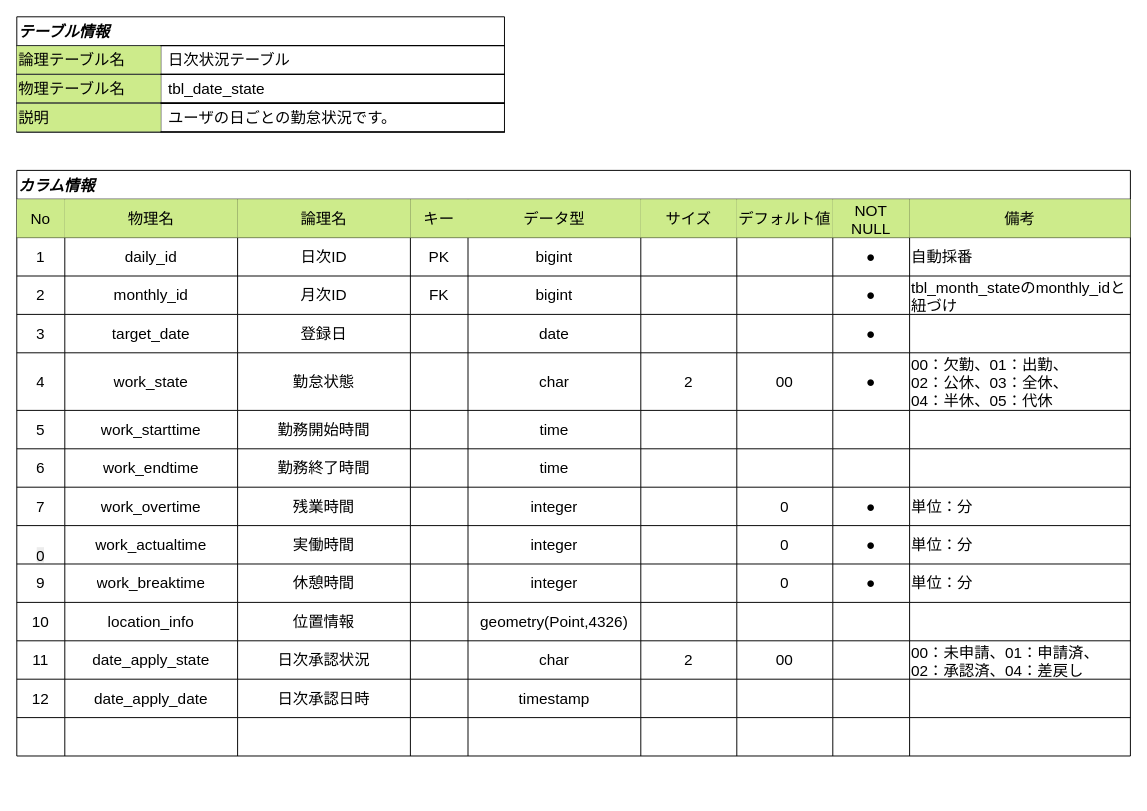
Above: docs/database/tbl_date_state.drawio in youkobaske/agentSupport-attendanceSystem (draw.io), before the change. Source tidied: cells renumbered, new cells numbered last; positions are measured from the earlier drawing's top-left corner, leaving out a move shared by most shapes. Both pictures are drawn from the tidied source at 96%, with x=0, y=0 at pixel (16, 16).
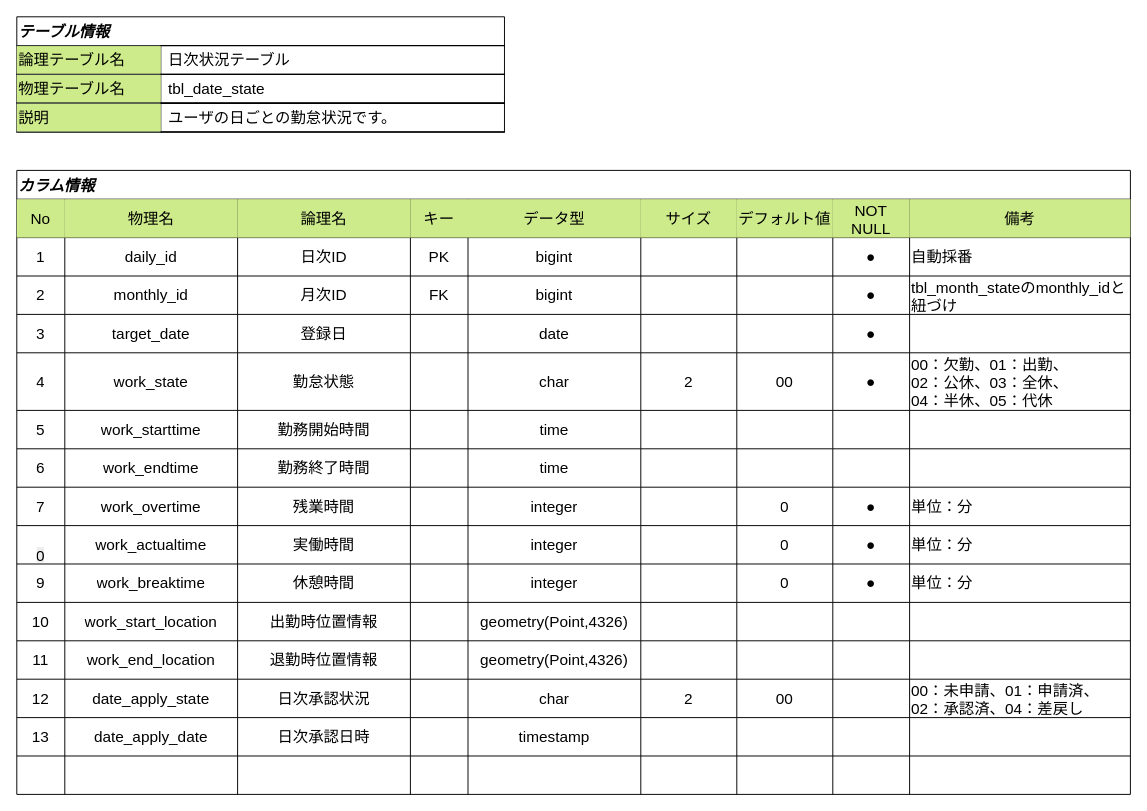
Above is the later version.

Commit message (it also covers changes not shown here):
位置情報を出勤時と退勤時用で再作成

The change refers to these unchanged cells:
```xml
<mxCell id="113" style="shape=tableRow;horizontal=0;startSize=0;swimlaneHead=0;swimlaneBody=0;strokeColor=inherit;top=0;left=0;bottom=0;right=0;fillColor=none;fontSize=16;" parent="12" vertex="1">
  <mxGeometry y="450" width="1160" height="40" as="geometry" />
</mxCell>
```

What changed in the source:
```diff
@@
     <mxCell id="12" value="カラム情報" style="shape=table;startSize=30;childLayout=tableLayout;strokeColor=default;fontSize=16;align=left;fontStyle=3;" parent="1" vertex="1">
-      <mxGeometry y="160" width="1160" height="610" as="geometry" />
+      <mxGeometry y="160" width="1160" height="650" as="geometry" />
     </mxCell>
@@
-    <mxCell id="115" value="location_info" style="shape=partialRectangle;html=1;whiteSpace=wrap;strokeColor=inherit;overflow=hidden;fillColor=none;top=0;left=0;bottom=0;right=0;fontSize=16;" parent="113" vertex="1">
+    <mxCell id="115" value="work_start_location" style="shape=partialRectangle;html=1;whiteSpace=wrap;strokeColor=inherit;overflow=hidden;fillColor=none;top=0;left=0;bottom=0;right=0;fontSize=16;" parent="113" vertex="1">
       <mxGeometry x="50" width="180" height="40" as="geometry" />
     </mxCell>
-    <mxCell id="116" value="位置情報" style="shape=partialRectangle;html=1;whiteSpace=wrap;strokeColor=inherit;overflow=hidden;fillColor=none;top=0;left=0;bottom=0;right=0;fontSize=16;" parent="113" vertex="1">
+    <mxCell id="116" value="出勤時位置情報" style="shape=partialRectangle;html=1;whiteSpace=wrap;strokeColor=inherit;overflow=hidden;fillColor=none;top=0;left=0;bottom=0;right=0;fontSize=16;" parent="113" vertex="1">
       <mxGeometry x="230" width="180" height="40" as="geometry" />
     </mxCell>
@@
+    <mxCell id="153" style="shape=tableRow;horizontal=0;startSize=0;swimlaneHead=0;swimlaneBody=0;strokeColor=inherit;top=0;left=0;bottom=0;right=0;fillColor=none;fontSize=16;" parent="12" vertex="1">
+      <mxGeometry y="490" width="1160" height="40" as="geometry" />
+    </mxCell>
+    <mxCell id="154" value="11" style="shape=partialRectangle;html=1;whiteSpace=wrap;strokeColor=inherit;overflow=hidden;fillColor=none;top=0;left=0;bottom=0;right=0;fontSize=16;" parent="153" vertex="1">
+      <mxGeometry width="50" height="40" as="geometry" />
+    </mxCell>
+    <mxCell id="155" value="work_end_location" style="shape=partialRectangle;html=1;whiteSpace=wrap;strokeColor=inherit;overflow=hidden;fillColor=none;top=0;left=0;bottom=0;right=0;fontSize=16;" parent="153" vertex="1">
+      <mxGeometry x="50" width="180" height="40" as="geometry" />
+    </mxCell>
+    <mxCell id="156" value="退勤時位置情報" style="shape=partialRectangle;html=1;whiteSpace=wrap;strokeColor=inherit;overflow=hidden;fillColor=none;top=0;left=0;bottom=0;right=0;fontSize=16;" parent="153" vertex="1">
+      <mxGeometry x="230" width="180" height="40" as="geometry" />
+    </mxCell>
+    <mxCell id="157" style="shape=partialRectangle;html=1;whiteSpace=wrap;strokeColor=inherit;overflow=hidden;fillColor=none;top=0;left=0;bottom=0;right=0;fontSize=16;" parent="153" vertex="1">
+      <mxGeometry x="410" width="60" height="40" as="geometry" />
+    </mxCell>
+    <mxCell id="158" value="geometry(Point,4326)" style="shape=partialRectangle;html=1;whiteSpace=wrap;strokeColor=inherit;overflow=hidden;fillColor=none;top=0;left=0;bottom=0;right=0;fontSize=16;" parent="153" vertex="1">
+      <mxGeometry x="470" width="180" height="40" as="geometry" />
+    </mxCell>
+    <mxCell id="159" style="shape=partialRectangle;html=1;whiteSpace=wrap;strokeColor=inherit;overflow=hidden;fillColor=none;top=0;left=0;bottom=0;right=0;fontSize=16;" parent="153" vertex="1">
+      <mxGeometry x="650" width="100" height="40" as="geometry" />
+    </mxCell>
+    <mxCell id="160" style="shape=partialRectangle;html=1;whiteSpace=wrap;strokeColor=inherit;overflow=hidden;fillColor=none;top=0;left=0;bottom=0;right=0;fontSize=16;" parent="153" vertex="1">
+      <mxGeometry x="750" width="100" height="40" as="geometry" />
+    </mxCell>
+    <mxCell id="161" style="shape=partialRectangle;html=1;whiteSpace=wrap;strokeColor=inherit;overflow=hidden;fillColor=none;top=0;left=0;bottom=0;right=0;fontSize=16;" parent="153" vertex="1">
+      <mxGeometry x="850" width="80" height="40" as="geometry" />
+    </mxCell>
+    <mxCell id="162" style="shape=partialRectangle;html=1;whiteSpace=wrap;strokeColor=inherit;overflow=hidden;fillColor=none;top=0;left=0;bottom=0;right=0;fontSize=16;align=left;" parent="153" vertex="1">
+      <mxGeometry x="930" width="230" height="40" as="geometry" />
+    </mxCell>
     <mxCell id="123" style="shape=tableRow;horizontal=0;startSize=0;swimlaneHead=0;swimlaneBody=0;strokeColor=inherit;top=0;left=0;bottom=0;right=0;fillColor=none;fontSize=16;" parent="12" vertex="1">
-      <mxGeometry y="490" width="1160" height="40" as="geometry" />
+      <mxGeometry y="530" width="1160" height="40" as="geometry" />
     </mxCell>
-    <mxCell id="124" value="11" style="shape=partialRectangle;html=1;whiteSpace=wrap;strokeColor=inherit;overflow=hidden;fillColor=none;top=0;left=0;bottom=0;right=0;fontSize=16;" parent="123" vertex="1">
+    <mxCell id="124" value="12" style="shape=partialRectangle;html=1;whiteSpace=wrap;strokeColor=inherit;overflow=hidden;fillColor=none;top=0;left=0;bottom=0;right=0;fontSize=16;" parent="123" vertex="1">
       <mxGeometry width="50" height="40" as="geometry" />
     </mxCell>
@@
     <mxCell id="133" style="shape=tableRow;horizontal=0;startSize=0;swimlaneHead=0;swimlaneBody=0;strokeColor=inherit;top=0;left=0;bottom=0;right=0;fillColor=none;fontSize=16;" parent="12" vertex="1">
-      <mxGeometry y="530" width="1160" height="40" as="geometry" />
+      <mxGeometry y="570" width="1160" height="40" as="geometry" />
     </mxCell>
-    <mxCell id="134" value="12" style="shape=partialRectangle;html=1;whiteSpace=wrap;strokeColor=inherit;overflow=hidden;fillColor=none;top=0;left=0;bottom=0;right=0;fontSize=16;" parent="133" vertex="1">
+    <mxCell id="134" value="13" style="shape=partialRectangle;html=1;whiteSpace=wrap;strokeColor=inherit;overflow=hidden;fillColor=none;top=0;left=0;bottom=0;right=0;fontSize=16;" parent="133" vertex="1">
       <mxGeometry width="50" height="40" as="geometry" />
     </mxCell>
@@
     <mxCell id="143" style="shape=tableRow;horizontal=0;startSize=0;swimlaneHead=0;swimlaneBody=0;strokeColor=inherit;top=0;left=0;bottom=0;right=0;fillColor=none;fontSize=16;" parent="12" vertex="1">
-      <mxGeometry y="570" width="1160" height="40" as="geometry" />
+      <mxGeometry y="610" width="1160" height="40" as="geometry" />
     </mxCell>
```
